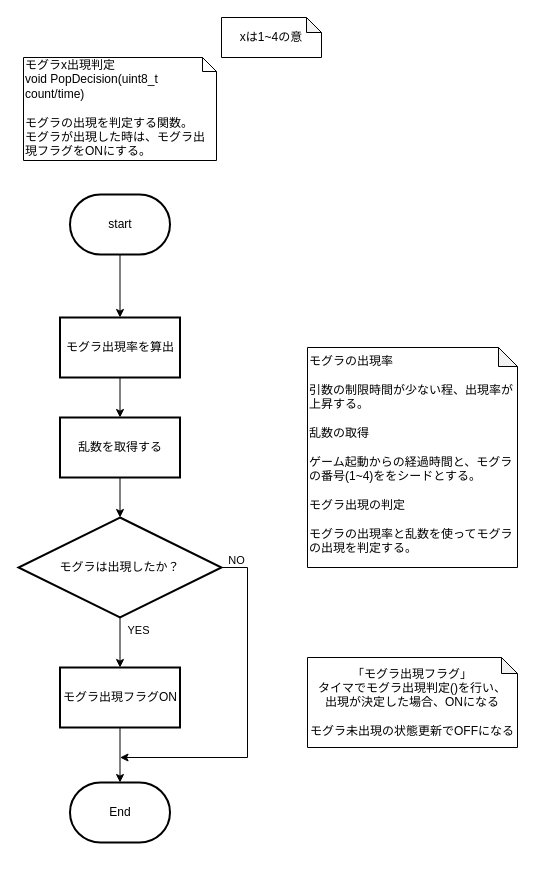
The draw.io diagram page "モグラ出現判定" (5 of 5) of 資料/設計書/フローチャート/モグラ叩き_フローチャート_割り込み.drawio in hakohumi/comp.train.whack-a-mole, before the edit. Source tidied: cells renumbered, new cells numbered last; positions are measured from the earlier drawing's top-left corner, leaving out a move shared by most shapes. Both pictures are drawn from the tidied source at 100%, with x=0, y=0 at pixel (18, 17).
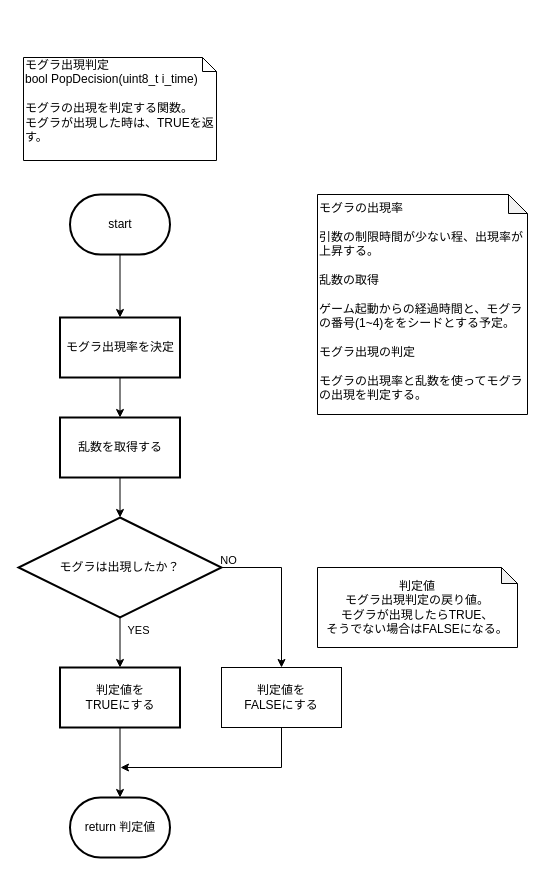
The same diagram, later.

Unchanged cells that the change refers to:
```xml
<mxCell id="14" value="モグラは出現したか？" style="rhombus;whiteSpace=wrap;html=1;strokeWidth=2;" parent="1" vertex="1">
  <mxGeometry y="500" width="203" height="100" as="geometry" />
</mxCell>
```

The edit, as a diff of the source:
```diff
@@
-    <mxCell id="2" value="「モグラ出現フラグ」&lt;br&gt;タイマでモグラ出現判定()を行い、&lt;br&gt;出現が決定した場合、ONになる&lt;br&gt;&lt;br&gt;モグラ未出現の状態更新でOFFになる" style="shape=note;whiteSpace=wrap;html=1;backgroundOutline=1;darkOpacity=0.05;size=16;" parent="1" vertex="1">
-      <mxGeometry x="289" y="640" width="210" height="90" as="geometry" />
-    </mxCell>
@@
-    <mxCell id="5" style="edgeStyle=orthogonalEdgeStyle;rounded=0;jettySize=auto;html=1;exitX=0.5;exitY=1;exitDx=0;exitDy=0;" parent="1" edge="1" source="15">
-      <mxGeometry relative="1" as="geometry">
-        <mxPoint x="101.5" y="765" as="targetPoint" />
-      </mxGeometry>
+    <mxCell id="5" style="edgeStyle=orthogonalEdgeStyle;rounded=0;jettySize=auto;html=1;exitX=0.5;exitY=1;exitDx=0;exitDy=0;entryX=0.5;entryY=0;entryDx=0;entryDy=0;entryPerimeter=0;" parent="1" edge="1" source="15" target="6">
+      <mxGeometry relative="1" as="geometry" />
     </mxCell>
-    <mxCell id="6" value="End" style="strokeWidth=2;html=1;shape=mxgraph.flowchart.terminator;whiteSpace=wrap;" parent="1" vertex="1">
-      <mxGeometry x="51.5" y="765" width="100" height="60" as="geometry" />
+    <mxCell id="6" value="return 判定値" style="strokeWidth=2;html=1;shape=mxgraph.flowchart.terminator;whiteSpace=wrap;" parent="1" vertex="1">
+      <mxGeometry x="51.5" y="780" width="100" height="60" as="geometry" />
     </mxCell>
-    <mxCell id="7" value="モグラx出現判定&lt;br&gt;void PopDecision(uint8_t count/time)&lt;br&gt;&lt;br&gt;モグラの出現を判定する関数。&lt;br&gt;モグラが出現した時は、モグラ出現フラグをONにする。" style="shape=note;whiteSpace=wrap;html=1;size=14;verticalAlign=top;align=left;spacingTop=-6;" parent="1" vertex="1">
+    <mxCell id="7" value="モグラ出現判定&lt;br&gt;bool PopDecision(uint8_t i_time)&lt;br&gt;&lt;br&gt;モグラの出現を判定する関数。&lt;br&gt;モグラが出現した時は、TRUEを返す。" style="shape=note;whiteSpace=wrap;html=1;size=14;verticalAlign=top;align=left;spacingTop=-6;" parent="1" vertex="1">
       <mxGeometry x="5" y="40" width="193" height="103" as="geometry" />
     </mxCell>
@@
-    <mxCell id="9" value="モグラ出現率を算出" style="whiteSpace=wrap;html=1;strokeWidth=2;" parent="1" vertex="1">
+    <mxCell id="9" value="モグラ出現率を決定" style="whiteSpace=wrap;html=1;strokeWidth=2;" parent="1" vertex="1">
       <mxGeometry x="41.5" y="300" width="120" height="60" as="geometry" />
     </mxCell>
@@
-    <mxCell id="13" value="NO" style="edgeStyle=orthogonalEdgeStyle;rounded=0;jettySize=auto;html=1;exitX=1;exitY=0.5;exitDx=0;exitDy=0;" parent="1" edge="1" source="14">
+    <mxCell id="13" value="NO" style="edgeStyle=orthogonalEdgeStyle;rounded=0;jettySize=auto;html=1;exitX=1;exitY=0.5;exitDx=0;exitDy=0;" parent="1" edge="1" source="14" target="20">
       <mxGeometry x="-0.91" y="7" relative="1" as="geometry">
-        <mxPoint x="101.5" y="740" as="targetPoint" />
         <Array as="points">
-          <mxPoint x="229" y="550" />
-          <mxPoint x="229" y="740" />
+          <mxPoint x="263" y="550" />
         </Array>
       </mxGeometry>
     </mxCell>
@@
-    <mxCell id="15" value="モグラ出現フラグON" style="whiteSpace=wrap;html=1;strokeWidth=2;" parent="1" vertex="1">
+    <mxCell id="15" value="判定値を&lt;br&gt;TRUEにする" style="whiteSpace=wrap;html=1;strokeWidth=2;" parent="1" vertex="1">
       <mxGeometry x="41.5" y="650" width="120" height="60" as="geometry" />
     </mxCell>
-    <mxCell id="16" value="モグラの出現率&lt;br&gt;&lt;br&gt;引数の制限時間が少ない程、出現率が上昇する。&lt;br&gt;&lt;br&gt;乱数の取得&lt;br&gt;&lt;br&gt;ゲーム起動からの経過時間と、モグラの番号(1~4)ををシードとする。&lt;br&gt;&lt;br&gt;モグラ出現の判定&lt;br&gt;&lt;br&gt;モグラの出現率と乱数を使ってモグラの出現を判定する。" style="shape=note;whiteSpace=wrap;html=1;backgroundOutline=1;darkOpacity=0.05;align=left;size=19;verticalAlign=top;" parent="1" vertex="1">
-      <mxGeometry x="289" y="330" width="210" height="220" as="geometry" />
+    <mxCell id="16" value="モグラの出現率&lt;br&gt;&lt;br&gt;引数の制限時間が少ない程、出現率が上昇する。&lt;br&gt;&lt;br&gt;乱数の取得&lt;br&gt;&lt;br&gt;ゲーム起動からの経過時間と、モグラの番号(1~4)ををシードとする予定。&lt;br&gt;&lt;br&gt;モグラ出現の判定&lt;br&gt;&lt;br&gt;モグラの出現率と乱数を使ってモグラの出現を判定する。" style="shape=note;whiteSpace=wrap;html=1;backgroundOutline=1;darkOpacity=0.05;align=left;size=19;verticalAlign=top;" parent="1" vertex="1">
+      <mxGeometry x="299" y="177" width="210" height="220" as="geometry" />
     </mxCell>
-    <mxCell id="17" value="xは1~4の意" style="shape=note;whiteSpace=wrap;html=1;backgroundOutline=1;darkOpacity=0.05;size=15;" parent="1" vertex="1">
-      <mxGeometry x="203" width="100" height="40" as="geometry" />
-    </mxCell>
+    <mxCell id="18" value="判定値&lt;br&gt;モグラ出現判定の戻り値。&lt;br&gt;モグラが出現したらTRUE、&lt;br&gt;そうでない場合はFALSEになる。" style="shape=note;whiteSpace=wrap;html=1;backgroundOutline=1;darkOpacity=0.05;size=16;" parent="1" vertex="1">
+      <mxGeometry x="299" y="550" width="200" height="80" as="geometry" />
+    </mxCell>
+    <mxCell id="19" style="edgeStyle=orthogonalEdgeStyle;rounded=0;jettySize=auto;html=1;exitX=0.5;exitY=1;exitDx=0;exitDy=0;" parent="1" edge="1" source="20">
+      <mxGeometry relative="1" as="geometry">
+        <mxPoint x="102" y="750" as="targetPoint" />
+        <Array as="points">
+          <mxPoint x="263" y="750" />
+        </Array>
+      </mxGeometry>
+    </mxCell>
+    <mxCell id="20" value="判定値を&lt;br&gt;FALSEにする" style="rounded=0;whiteSpace=wrap;html=1;" parent="1" vertex="1">
+      <mxGeometry x="203" y="650" width="120" height="60" as="geometry" />
+    </mxCell>
```
